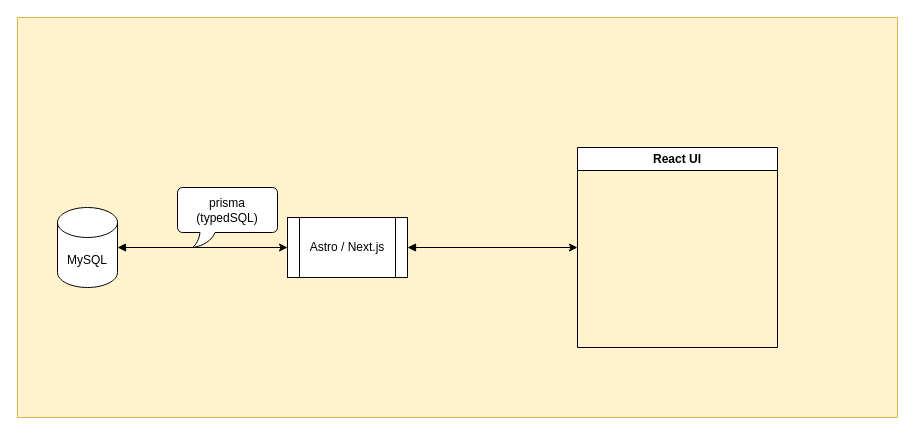
This is design/reactApp/architecture.drawio from Tatsukiyoshi/Tatsukiyoshi.github.io, a draw.io file, before an edit. Source tidied: cells renumbered, new cells numbered last; positions are measured from the earlier drawing's top-left corner, leaving out a move shared by most shapes. Both pictures are drawn from the tidied source at 100%, with x=0, y=0 at pixel (17, 17).
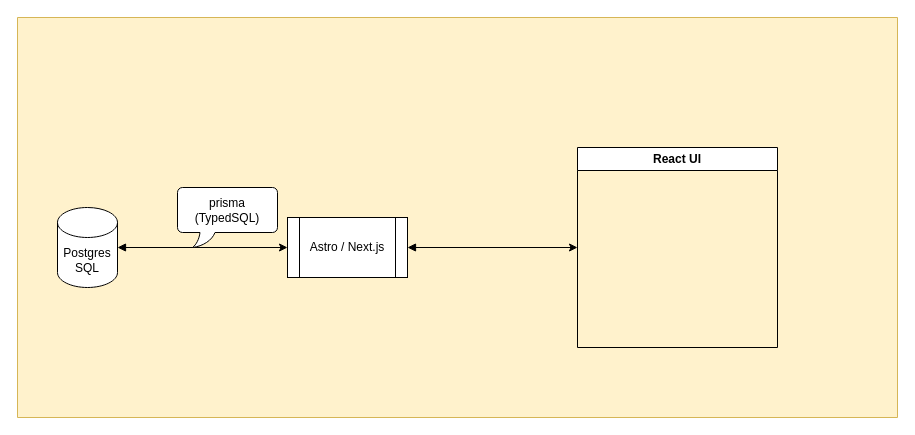
The same page after the edit.

Diff of the diagram source:
```diff
@@
 <mxGraphModel background="#ffffff">
   <root>
     <mxCell id="0" />
     <mxCell id="1" parent="0" />
     <mxCell id="2" style="verticalLabelPosition=bottom;verticalAlign=top;html=1;shape=mxgraph.basic.rect;fillColor2=none;strokeWidth=1;size=20;indent=5;fillColor=#fff2cc;strokeColor=#d6b656;" parent="1" vertex="1">
       <mxGeometry width="880" height="400" as="geometry" />
     </mxCell>
     <mxCell id="3" style="edgeStyle=none;html=1;startArrow=block;startFill=1;" parent="1" edge="1" source="4" target="7">
       <mxGeometry relative="1" as="geometry" />
     </mxCell>
-    <mxCell id="4" value="MySQL" style="shape=cylinder3;whiteSpace=wrap;html=1;boundedLbl=1;backgroundOutline=1;size=15;" parent="1" vertex="1">
+    <mxCell id="4" value="Postgres&lt;br&gt;SQL" style="shape=cylinder3;whiteSpace=wrap;html=1;boundedLbl=1;backgroundOutline=1;size=15;" parent="1" vertex="1">
       <mxGeometry x="40" y="190" width="60" height="80" as="geometry" />
     </mxCell>
     <mxCell id="5" value="React UI" style="swimlane;whiteSpace=wrap;html=1;" parent="1" vertex="1">
       <mxGeometry x="560" y="130" width="200" height="200" as="geometry" />
     </mxCell>
     <mxCell id="6" style="edgeStyle=none;html=1;entryX=0;entryY=0.5;entryDx=0;entryDy=0;startArrow=block;startFill=1;" parent="1" edge="1" source="7" target="5">
       <mxGeometry relative="1" as="geometry" />
     </mxCell>
     <mxCell id="7" value="Astro / Next.js" style="shape=process;whiteSpace=wrap;html=1;backgroundOutline=1;" parent="1" vertex="1">
       <mxGeometry x="270" y="200" width="120" height="60" as="geometry" />
     </mxCell>
-    <mxCell id="8" value="prisma&lt;br&gt;(typedSQL)" style="whiteSpace=wrap;html=1;shape=mxgraph.basic.roundRectCallout;dx=30;dy=15;size=5;boundedLbl=1;" parent="1" vertex="1">
+    <mxCell id="8" value="prisma&lt;br&gt;(TypedSQL)" style="whiteSpace=wrap;html=1;shape=mxgraph.basic.roundRectCallout;dx=30;dy=15;size=5;boundedLbl=1;" parent="1" vertex="1">
       <mxGeometry x="160" y="170" width="100" height="60" as="geometry" />
     </mxCell>
   </root>
 </mxGraphModel>
```
